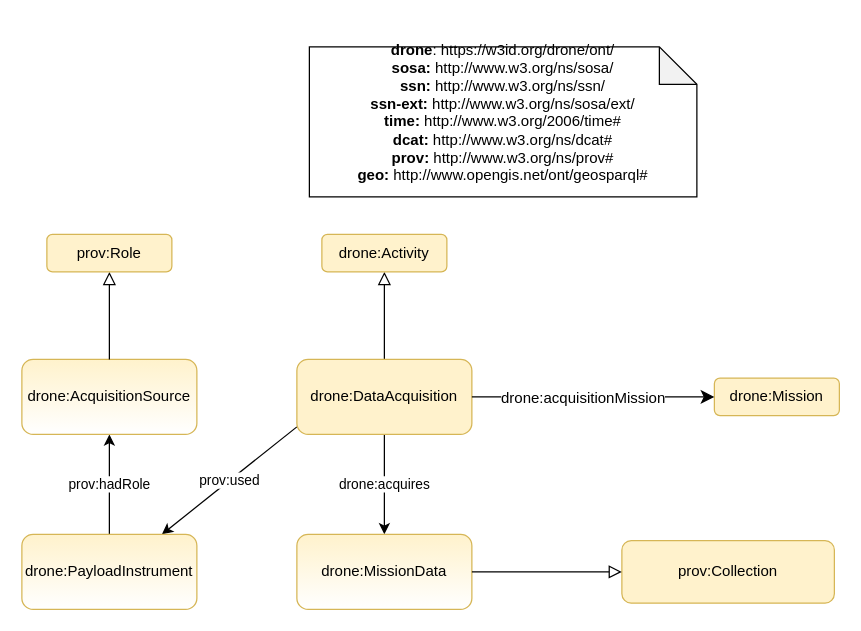
This is docs/data-collection.drawio from landrs-toolkit/drone, a draw.io file, before an edit. Source tidied: cells renumbered, new cells numbered last; positions are measured from the earlier drawing's top-left corner, leaving out a move shared by most shapes. Both pictures are drawn from the tidied source at 125%, with x=0, y=0 at pixel (21, 46).
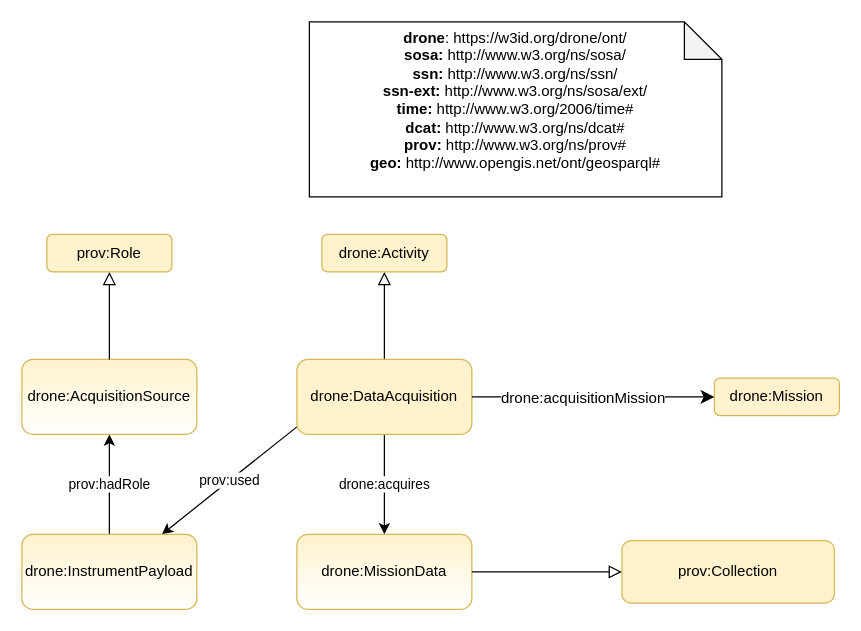
The same diagram, later.

Diff of the diagram source:
```diff
@@
 <mxGraphModel>
   <root>
     <mxCell id="0" />
     <mxCell id="1" parent="0" />
     <mxCell id="2" value="&lt;div&gt;&lt;b&gt;drone&lt;/b&gt;: https://w3id.org/drone/ont/&lt;/div&gt;&lt;div&gt;&lt;b&gt;sosa:&lt;/b&gt; http://www.w3.org/ns/sosa/&lt;/div&gt;&lt;div&gt;&lt;b&gt;ssn:&lt;/b&gt;&amp;nbsp;http://www.w3.org/ns/ssn/&lt;/div&gt;&lt;div&gt;&lt;b&gt;ssn-ext:&lt;/b&gt;&amp;nbsp;http://www.w3.org/ns/sosa/ext/&lt;br&gt;&lt;/div&gt;&lt;div&gt;&lt;b&gt;time:&lt;/b&gt;&amp;nbsp;http://www.w3.org/2006/time#&lt;br&gt;&lt;/div&gt;&lt;div&gt;&lt;b&gt;dcat:&lt;/b&gt;&amp;nbsp;http://www.w3.org/ns/dcat#&lt;br&gt;&lt;/div&gt;&lt;div&gt;&lt;b&gt;prov:&lt;/b&gt;&amp;nbsp;http://www.w3.org/ns/prov#&lt;br&gt;&lt;/div&gt;&lt;div&gt;&lt;b&gt;geo:&lt;/b&gt;&amp;nbsp;http://www.opengis.net/ont/geosparql#&lt;br&gt;&lt;/div&gt;&lt;div&gt;&lt;br&gt;&lt;/div&gt;" style="shape=note;whiteSpace=wrap;html=1;backgroundOutline=1;darkOpacity=0.05;" parent="1" vertex="1">
-      <mxGeometry x="230" width="310" height="120" as="geometry" />
+      <mxGeometry x="230" y="-20" width="330" height="140" as="geometry" />
     </mxCell>
     <mxCell id="3" style="endArrow=block;html=1;fontColor=#000099;exitX=0.5;exitY=0;exitDx=0;exitDy=0;endFill=0;entryX=0.5;entryY=1;entryDx=0;entryDy=0;endSize=8;arcSize=0;" parent="1" edge="1" source="7" target="4">
       <mxGeometry relative="1" as="geometry" />
     </mxCell>
     <mxCell id="4" value="drone:Activity" style="rounded=1;whiteSpace=wrap;html=1;snapToPoint=1;points=[[0.1,0],[0.2,0],[0.3,0],[0.4,0],[0.5,0],[0.6,0],[0.7,0],[0.8,0],[0.9,0],[0,0.1],[0,0.3],[0,0.5],[0,0.7],[0,0.9],[0.1,1],[0.2,1],[0.3,1],[0.4,1],[0.5,1],[0.6,1],[0.7,1],[0.8,1],[0.9,1],[1,0.1],[1,0.3],[1,0.5],[1,0.7],[1,0.9]];fillColor=#fff2cc;strokeColor=#d6b656;" parent="1" vertex="1">
       <mxGeometry x="240" y="150" width="100" height="30" as="geometry" />
     </mxCell>
     <mxCell id="5" value="drone:acquires" style="edgeStyle=none;html=1;exitX=0.5;exitY=1;exitDx=0;exitDy=0;entryX=0.5;entryY=0;entryDx=0;entryDy=0;" parent="1" edge="1" source="7" target="11">
       <mxGeometry relative="1" as="geometry" />
     </mxCell>
     <mxCell id="6" value="prov:used" style="edgeStyle=none;html=1;exitX=0;exitY=0.9;exitDx=0;exitDy=0;" parent="1" edge="1" source="7" target="15">
       <mxGeometry relative="1" as="geometry" />
     </mxCell>
     <mxCell id="7" value="drone:DataAcquisition" style="rounded=1;whiteSpace=wrap;html=1;snapToPoint=1;points=[[0.1,0],[0.2,0],[0.3,0],[0.4,0],[0.5,0],[0.6,0],[0.7,0],[0.8,0],[0.9,0],[0,0.1],[0,0.3],[0,0.5],[0,0.7],[0,0.9],[0.1,1],[0.2,1],[0.3,1],[0.4,1],[0.5,1],[0.6,1],[0.7,1],[0.8,1],[0.9,1],[1,0.1],[1,0.3],[1,0.5],[1,0.7],[1,0.9]];fillColor=#fff2cc;strokeColor=#d6b656;" parent="1" vertex="1">
       <mxGeometry x="220" y="250" width="140" height="60" as="geometry" />
     </mxCell>
     <mxCell id="8" value="drone:Mission" style="rounded=1;whiteSpace=wrap;html=1;snapToPoint=1;points=[[0.1,0],[0.2,0],[0.3,0],[0.4,0],[0.5,0],[0.6,0],[0.7,0],[0.8,0],[0.9,0],[0,0.1],[0,0.3],[0,0.5],[0,0.7],[0,0.9],[0.1,1],[0.2,1],[0.3,1],[0.4,1],[0.5,1],[0.6,1],[0.7,1],[0.8,1],[0.9,1],[1,0.1],[1,0.3],[1,0.5],[1,0.7],[1,0.9]];fillColor=#fff2cc;strokeColor=#d6b656;" parent="1" vertex="1">
       <mxGeometry x="554" y="265" width="100" height="30" as="geometry" />
     </mxCell>
     <mxCell id="9" style="endArrow=classic;html=1;exitX=1;exitY=0.5;exitDx=0;exitDy=0;entryX=0;entryY=0.5;entryDx=0;entryDy=0;endSize=8;arcSize=0;" parent="1" edge="1" source="7" target="8">
       <mxGeometry relative="1" as="geometry" />
     </mxCell>
     <mxCell id="10" value="&lt;div&gt;drone:acquisitionMission&lt;/div&gt;" style="text;html=1;align=center;verticalAlign=middle;labelBackgroundColor=#ffffff;" parent="9" vertex="1">
       <mxGeometry x="-0.13" relative="1" as="geometry">
         <mxPoint x="4.2" as="offset" />
       </mxGeometry>
     </mxCell>
     <mxCell id="11" value="drone:MissionData" style="rounded=1;whiteSpace=wrap;html=1;snapToPoint=1;points=[[0.1,0],[0.2,0],[0.3,0],[0.4,0],[0.5,0],[0.6,0],[0.7,0],[0.8,0],[0.9,0],[0,0.1],[0,0.3],[0,0.5],[0,0.7],[0,0.9],[0.1,1],[0.2,1],[0.3,1],[0.4,1],[0.5,1],[0.6,1],[0.7,1],[0.8,1],[0.9,1],[1,0.1],[1,0.3],[1,0.5],[1,0.7],[1,0.9]];fillColor=#fff2cc;strokeColor=#d6b656;gradientColor=#ffffff;" parent="1" vertex="1">
       <mxGeometry x="220" y="390" width="140" height="60" as="geometry" />
     </mxCell>
     <mxCell id="12" value="prov:Collection" style="rounded=1;whiteSpace=wrap;html=1;snapToPoint=1;points=[[0.1,0],[0.2,0],[0.3,0],[0.4,0],[0.5,0],[0.6,0],[0.7,0],[0.8,0],[0.9,0],[0,0.1],[0,0.3],[0,0.5],[0,0.7],[0,0.9],[0.1,1],[0.2,1],[0.3,1],[0.4,1],[0.5,1],[0.6,1],[0.7,1],[0.8,1],[0.9,1],[1,0.1],[1,0.3],[1,0.5],[1,0.7],[1,0.9]];fillColor=#fff2cc;strokeColor=#d6b656;" parent="1" vertex="1">
       <mxGeometry x="480" y="395" width="170" height="50" as="geometry" />
     </mxCell>
     <mxCell id="13" style="endArrow=block;html=1;fontColor=#000099;endFill=0;endSize=8;arcSize=0;" parent="1" edge="1" source="11" target="12">
       <mxGeometry relative="1" as="geometry" />
     </mxCell>
     <mxCell id="14" value="prov:hadRole" style="edgeStyle=none;html=1;exitX=0.5;exitY=0;exitDx=0;exitDy=0;entryX=0.5;entryY=1;entryDx=0;entryDy=0;" parent="1" edge="1" source="15" target="16">
       <mxGeometry relative="1" as="geometry" />
     </mxCell>
-    <mxCell id="15" value="drone:PayloadInstrument" style="rounded=1;whiteSpace=wrap;html=1;snapToPoint=1;points=[[0.1,0],[0.2,0],[0.3,0],[0.4,0],[0.5,0],[0.6,0],[0.7,0],[0.8,0],[0.9,0],[0,0.1],[0,0.3],[0,0.5],[0,0.7],[0,0.9],[0.1,1],[0.2,1],[0.3,1],[0.4,1],[0.5,1],[0.6,1],[0.7,1],[0.8,1],[0.9,1],[1,0.1],[1,0.3],[1,0.5],[1,0.7],[1,0.9]];fillColor=#fff2cc;strokeColor=#d6b656;gradientColor=#ffffff;" parent="1" vertex="1">
+    <mxCell id="15" value="drone:InstrumentPayload" style="rounded=1;whiteSpace=wrap;html=1;snapToPoint=1;points=[[0.1,0],[0.2,0],[0.3,0],[0.4,0],[0.5,0],[0.6,0],[0.7,0],[0.8,0],[0.9,0],[0,0.1],[0,0.3],[0,0.5],[0,0.7],[0,0.9],[0.1,1],[0.2,1],[0.3,1],[0.4,1],[0.5,1],[0.6,1],[0.7,1],[0.8,1],[0.9,1],[1,0.1],[1,0.3],[1,0.5],[1,0.7],[1,0.9]];fillColor=#fff2cc;strokeColor=#d6b656;gradientColor=#ffffff;" parent="1" vertex="1">
       <mxGeometry y="390" width="140" height="60" as="geometry" />
     </mxCell>
     <mxCell id="16" value="drone:AcquisitionSource" style="rounded=1;whiteSpace=wrap;html=1;snapToPoint=1;points=[[0.1,0],[0.2,0],[0.3,0],[0.4,0],[0.5,0],[0.6,0],[0.7,0],[0.8,0],[0.9,0],[0,0.1],[0,0.3],[0,0.5],[0,0.7],[0,0.9],[0.1,1],[0.2,1],[0.3,1],[0.4,1],[0.5,1],[0.6,1],[0.7,1],[0.8,1],[0.9,1],[1,0.1],[1,0.3],[1,0.5],[1,0.7],[1,0.9]];fillColor=#fff2cc;strokeColor=#d6b656;gradientColor=#ffffff;" parent="1" vertex="1">
       <mxGeometry y="250" width="140" height="60" as="geometry" />
     </mxCell>
     <mxCell id="17" style="endArrow=block;html=1;fontColor=#000099;exitX=0.5;exitY=0;exitDx=0;exitDy=0;endFill=0;entryX=0.5;entryY=1;entryDx=0;entryDy=0;endSize=8;arcSize=0;" parent="1" edge="1" source="16" target="18">
       <mxGeometry relative="1" as="geometry" />
     </mxCell>
     <mxCell id="18" value="prov:Role" style="rounded=1;whiteSpace=wrap;html=1;snapToPoint=1;points=[[0.1,0],[0.2,0],[0.3,0],[0.4,0],[0.5,0],[0.6,0],[0.7,0],[0.8,0],[0.9,0],[0,0.1],[0,0.3],[0,0.5],[0,0.7],[0,0.9],[0.1,1],[0.2,1],[0.3,1],[0.4,1],[0.5,1],[0.6,1],[0.7,1],[0.8,1],[0.9,1],[1,0.1],[1,0.3],[1,0.5],[1,0.7],[1,0.9]];fillColor=#fff2cc;strokeColor=#d6b656;" parent="1" vertex="1">
       <mxGeometry x="20" y="150" width="100" height="30" as="geometry" />
     </mxCell>
   </root>
 </mxGraphModel>
```
